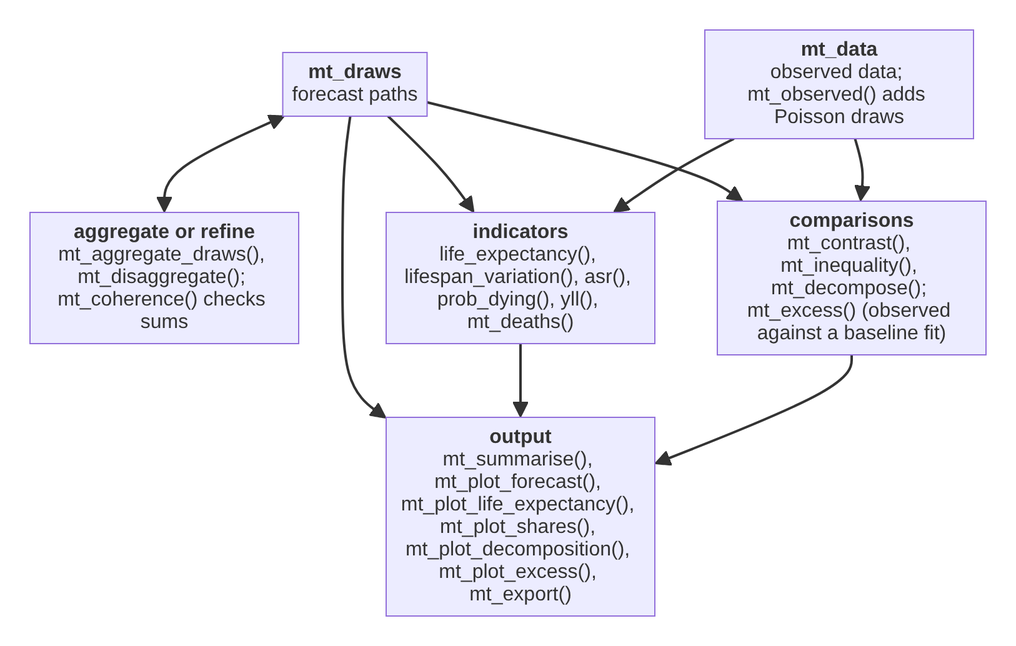
Earlier version of the Mermaid export vignettes/articles/function-map-results.png (kalleEF/mortensor). Its source is kept beside it as dev/diagrams/function-map-results.mmd. Its diagram source:
```mermaid
flowchart TD
  P["`**mt_draws**
  forecast paths`"]
  O["`**mt_data**
  observed data; mt_observed() adds Poisson draws`"]
  AGG["`**aggregate or refine**
  mt_aggregate_draws(), mt_disaggregate(); mt_coherence() checks sums`"]
  IND["`**indicators**
  life_expectancy(), lifespan_variation(), asr(), prob_dying(), yll(), mt_deaths()`"]
  COMP["`**comparisons**
  mt_contrast(), mt_inequality(), mt_decompose(); mt_excess() (observed against a baseline fit)`"]
  OUT["`**output**
  mt_summarise(), mt_plot_forecast(), mt_plot_life_expectancy(), mt_plot_shares(), mt_plot_decomposition(), mt_plot_excess(), mt_export()`"]
  P <--> AGG
  P --> IND
  O --> IND
  P --> COMP
  O --> COMP
  P --> OUT
  IND --> OUT
  COMP --> OUT
```
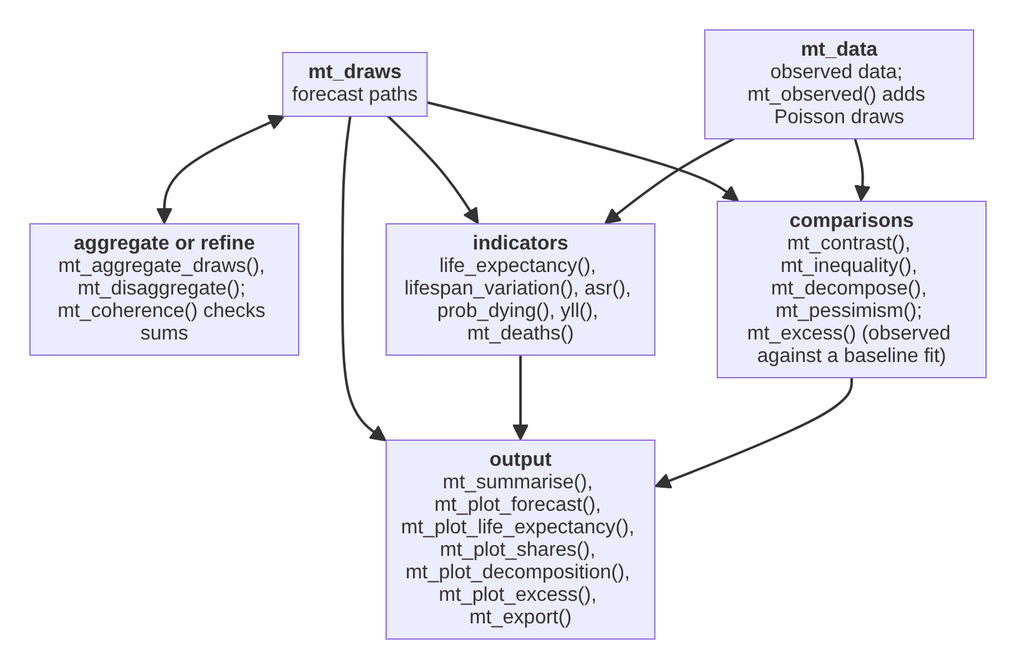
Later version of the same file.

Commit message:
E8 documentation: methods and sources, function map, FAQ, pkgdown

Diff of the diagram source:
```diff
@@ -8,7 +8,7 @@
   IND["`**indicators**
   life_expectancy(), lifespan_variation(), asr(), prob_dying(), yll(), mt_deaths()`"]
   COMP["`**comparisons**
-  mt_contrast(), mt_inequality(), mt_decompose(); mt_excess() (observed against a baseline fit)`"]
+  mt_contrast(), mt_inequality(), mt_decompose(), mt_pessimism(); mt_excess() (observed against a baseline fit)`"]
   OUT["`**output**
   mt_summarise(), mt_plot_forecast(), mt_plot_life_expectancy(), mt_plot_shares(), mt_plot_decomposition(), mt_plot_excess(), mt_export()`"]
   P <--> AGG
```
